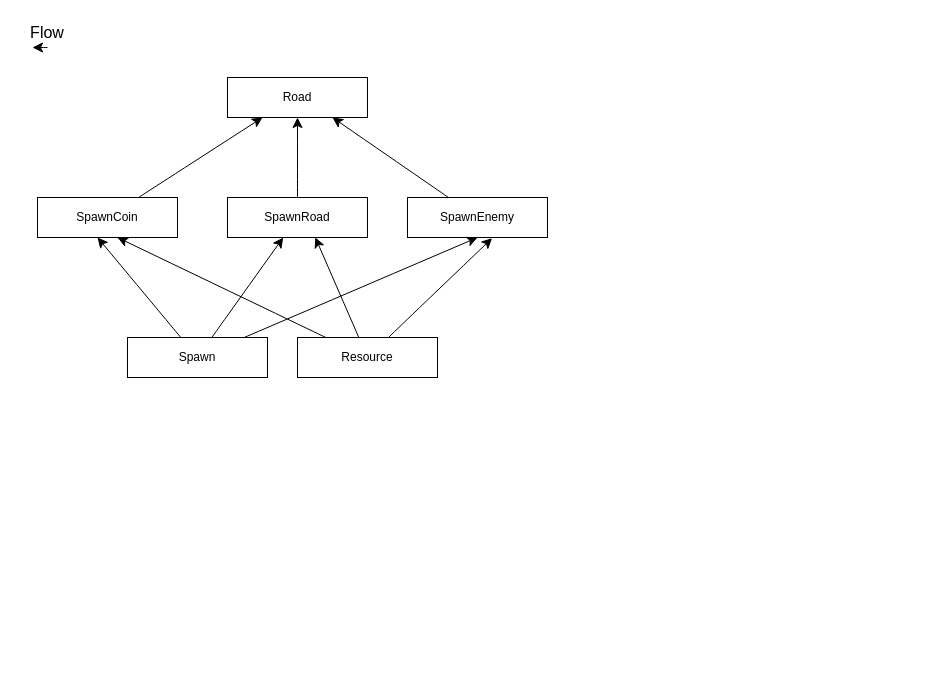
This is Projeto Jogo endless runner.drawio from caio-henrique2006/DOC, a draw.io file, before an edit. Source tidied: cells renumbered, new cells numbered last; positions are measured from the earlier drawing's top-left corner, leaving out a move shared by most shapes. Both pictures are drawn from the tidied source at 100%, with x=0, y=0 at pixel (17, 17).
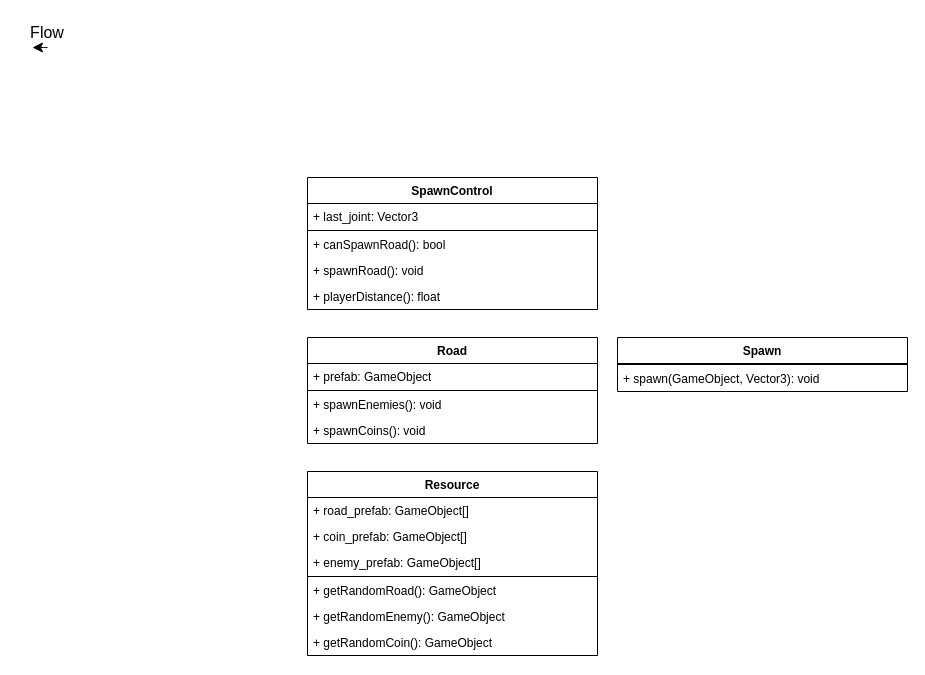
Above is the later version.

What changed in the source:
```diff
@@
-    <mxCell id="4" value="Road" style="rounded=0;whiteSpace=wrap;html=1;" parent="1" vertex="1">
-      <mxGeometry x="210" y="60" width="140" height="40" as="geometry" />
+    <mxCell id="4" value="Road" style="swimlane;fontStyle=1;align=center;verticalAlign=top;horizontal=1;startSize=26;whiteSpace=wrap;html=1;" parent="1" vertex="1">
+      <mxGeometry x="290" y="320" width="290" height="106" as="geometry" />
     </mxCell>
-    <mxCell id="5" style="edgeStyle=none;curved=1;rounded=0;jettySize=auto;html=1;fontSize=12;startSize=8;endSize=8;" parent="1" edge="1" source="6" target="4">
-      <mxGeometry relative="1" as="geometry" />
-    </mxCell>
-    <mxCell id="6" value="SpawnRoad" style="rounded=0;whiteSpace=wrap;html=1;" parent="1" vertex="1">
-      <mxGeometry x="210" y="180" width="140" height="40" as="geometry" />
-    </mxCell>
-    <mxCell id="7" value="SpawnEnemy" style="rounded=0;whiteSpace=wrap;html=1;" parent="1" vertex="1">
-      <mxGeometry x="390" y="180" width="140" height="40" as="geometry" />
-    </mxCell>
-    <mxCell id="8" value="SpawnCoin" style="rounded=0;whiteSpace=wrap;html=1;" parent="1" vertex="1">
-      <mxGeometry x="20" y="180" width="140" height="40" as="geometry" />
-    </mxCell>
-    <mxCell id="9" style="edgeStyle=none;curved=1;rounded=0;jettySize=auto;html=1;entryX=0.25;entryY=1;entryDx=0;entryDy=0;fontSize=12;startSize=8;endSize=8;" parent="1" edge="1" source="8" target="4">
-      <mxGeometry relative="1" as="geometry" />
-    </mxCell>
-    <mxCell id="10" style="edgeStyle=none;curved=1;rounded=0;jettySize=auto;html=1;entryX=0.75;entryY=1;entryDx=0;entryDy=0;fontSize=12;startSize=8;endSize=8;" parent="1" edge="1" source="7" target="4">
-      <mxGeometry relative="1" as="geometry" />
-    </mxCell>
-    <mxCell id="11" style="edgeStyle=none;curved=1;rounded=0;jettySize=auto;html=1;fontSize=12;startSize=8;endSize=8;" parent="1" edge="1" source="13" target="6">
-      <mxGeometry relative="1" as="geometry" />
-    </mxCell>
-    <mxCell id="12" style="edgeStyle=none;curved=1;rounded=0;jettySize=auto;html=1;fontSize=12;startSize=8;endSize=8;entryX=0.5;entryY=1;entryDx=0;entryDy=0;" parent="1" edge="1" source="13" target="7">
-      <mxGeometry relative="1" as="geometry" />
-    </mxCell>
+    <mxCell id="19" value="+ prefab: GameObject" style="text;strokeColor=none;fillColor=none;align=left;verticalAlign=top;spacingLeft=4;spacingRight=4;overflow=hidden;whiteSpace=wrap;html=1;" parent="4" vertex="1">
+      <mxGeometry y="26" width="290" height="26" as="geometry" />
+    </mxCell>
+    <mxCell id="20" style="line;strokeWidth=1;fillColor=none;align=left;verticalAlign=middle;spacingTop=-1;spacingLeft=3;spacingRight=3;labelPosition=right;strokeColor=inherit;" parent="4" vertex="1">
+      <mxGeometry y="52" width="290" height="2" as="geometry" />
+    </mxCell>
+    <mxCell id="21" value="+ spawnEnemies(): void" style="text;strokeColor=none;fillColor=none;align=left;verticalAlign=top;spacingLeft=4;spacingRight=4;overflow=hidden;whiteSpace=wrap;html=1;" parent="4" vertex="1">
+      <mxGeometry y="54" width="290" height="26" as="geometry" />
+    </mxCell>
+    <mxCell id="22" value="+ spawnCoins(): void" style="text;strokeColor=none;fillColor=none;align=left;verticalAlign=top;spacingLeft=4;spacingRight=4;overflow=hidden;whiteSpace=wrap;html=1;" parent="4" vertex="1">
+      <mxGeometry y="80" width="290" height="26" as="geometry" />
+    </mxCell>
+    <mxCell id="17" value="Resource" style="swimlane;fontStyle=1;align=center;verticalAlign=top;horizontal=1;startSize=26;whiteSpace=wrap;html=1;" parent="1" vertex="1">
+      <mxGeometry x="290" y="454" width="290" height="184" as="geometry" />
+    </mxCell>
+    <mxCell id="23" value="+ road_prefab: GameObject[]" style="text;strokeColor=none;fillColor=none;align=left;verticalAlign=top;spacingLeft=4;spacingRight=4;overflow=hidden;whiteSpace=wrap;html=1;" parent="17" vertex="1">
+      <mxGeometry y="26" width="290" height="26" as="geometry" />
+    </mxCell>
+    <mxCell id="24" value="+ coin_prefab: GameObject[]" style="text;strokeColor=none;fillColor=none;align=left;verticalAlign=top;spacingLeft=4;spacingRight=4;overflow=hidden;whiteSpace=wrap;html=1;" parent="17" vertex="1">
+      <mxGeometry y="52" width="290" height="26" as="geometry" />
+    </mxCell>
+    <mxCell id="25" value="+ enemy_prefab: GameObject[]" style="text;strokeColor=none;fillColor=none;align=left;verticalAlign=top;spacingLeft=4;spacingRight=4;overflow=hidden;whiteSpace=wrap;html=1;" parent="17" vertex="1">
+      <mxGeometry y="78" width="290" height="26" as="geometry" />
+    </mxCell>
+    <mxCell id="26" style="line;strokeWidth=1;fillColor=none;align=left;verticalAlign=middle;spacingTop=-1;spacingLeft=3;spacingRight=3;labelPosition=right;strokeColor=inherit;" parent="17" vertex="1">
+      <mxGeometry y="104" width="290" height="2" as="geometry" />
+    </mxCell>
+    <mxCell id="27" value="+ getRandomRoad(): GameObject" style="text;strokeColor=none;fillColor=none;align=left;verticalAlign=top;spacingLeft=4;spacingRight=4;overflow=hidden;whiteSpace=wrap;html=1;" parent="17" vertex="1">
+      <mxGeometry y="106" width="290" height="26" as="geometry" />
+    </mxCell>
+    <mxCell id="28" value="+ getRandomEnemy(): GameObject" style="text;strokeColor=none;fillColor=none;align=left;verticalAlign=top;spacingLeft=4;spacingRight=4;overflow=hidden;whiteSpace=wrap;html=1;" parent="17" vertex="1">
+      <mxGeometry y="132" width="290" height="26" as="geometry" />
+    </mxCell>
+    <mxCell id="29" value="+ getRandomCoin(): GameObject" style="text;strokeColor=none;fillColor=none;align=left;verticalAlign=top;spacingLeft=4;spacingRight=4;overflow=hidden;whiteSpace=wrap;html=1;" parent="17" vertex="1">
+      <mxGeometry y="158" width="290" height="26" as="geometry" />
+    </mxCell>
+    <mxCell id="30" value="SpawnControl" style="swimlane;fontStyle=1;align=center;verticalAlign=top;horizontal=1;startSize=26;whiteSpace=wrap;html=1;" parent="1" vertex="1">
+      <mxGeometry x="290" y="160" width="290" height="132" as="geometry" />
+    </mxCell>
+    <mxCell id="31" value="+ last_joint: Vector3" style="text;strokeColor=none;fillColor=none;align=left;verticalAlign=top;spacingLeft=4;spacingRight=4;overflow=hidden;whiteSpace=wrap;html=1;" parent="30" vertex="1">
+      <mxGeometry y="26" width="290" height="26" as="geometry" />
+    </mxCell>
+    <mxCell id="32" style="line;strokeWidth=1;fillColor=none;align=left;verticalAlign=middle;spacingTop=-1;spacingLeft=3;spacingRight=3;labelPosition=right;strokeColor=inherit;" parent="30" vertex="1">
+      <mxGeometry y="52" width="290" height="2" as="geometry" />
+    </mxCell>
+    <mxCell id="33" value="+ canSpawnRoad(): bool" style="text;strokeColor=none;fillColor=none;align=left;verticalAlign=top;spacingLeft=4;spacingRight=4;overflow=hidden;whiteSpace=wrap;html=1;" parent="30" vertex="1">
+      <mxGeometry y="54" width="290" height="26" as="geometry" />
+    </mxCell>
+    <mxCell id="34" value="+ spawnRoad(): void" style="text;strokeColor=none;fillColor=none;align=left;verticalAlign=top;spacingLeft=4;spacingRight=4;overflow=hidden;whiteSpace=wrap;html=1;" parent="30" vertex="1">
+      <mxGeometry y="80" width="290" height="26" as="geometry" />
+    </mxCell>
+    <mxCell id="35" value="+ playerDistance(): float" style="text;strokeColor=none;fillColor=none;align=left;verticalAlign=top;spacingLeft=4;spacingRight=4;overflow=hidden;whiteSpace=wrap;html=1;" parent="30" vertex="1">
+      <mxGeometry y="106" width="290" height="26" as="geometry" />
+    </mxCell>
-    <mxCell id="13" value="Spawn" style="rounded=0;whiteSpace=wrap;html=1;" parent="1" vertex="1">
-      <mxGeometry x="110" y="320" width="140" height="40" as="geometry" />
+    <mxCell id="13" value="Spawn" style="swimlane;fontStyle=1;align=center;verticalAlign=top;horizontal=1;startSize=26;whiteSpace=wrap;html=1;" parent="1" vertex="1">
+      <mxGeometry x="600" y="320" width="290" height="54" as="geometry" />
     </mxCell>
-    <mxCell id="14" style="edgeStyle=none;curved=1;rounded=0;jettySize=auto;html=1;entryX=0.429;entryY=1;entryDx=0;entryDy=0;entryPerimeter=0;fontSize=12;startSize=8;endSize=8;" parent="1" edge="1" source="13" target="8">
-      <mxGeometry relative="1" as="geometry" />
-    </mxCell>
-    <mxCell id="15" style="edgeStyle=none;curved=1;rounded=0;jettySize=auto;html=1;fontSize=12;startSize=8;endSize=8;entryX=0.604;entryY=1.017;entryDx=0;entryDy=0;entryPerimeter=0;" parent="1" edge="1" source="17" target="7">
-      <mxGeometry relative="1" as="geometry" />
-    </mxCell>
-    <mxCell id="16" style="edgeStyle=none;curved=1;rounded=0;jettySize=auto;html=1;fontSize=12;startSize=8;endSize=8;" parent="1" edge="1" source="17">
-      <mxGeometry relative="1" as="geometry">
-        <mxPoint x="100" y="220" as="targetPoint" />
-      </mxGeometry>
-    </mxCell>
-    <mxCell id="17" value="Resource" style="rounded=0;whiteSpace=wrap;html=1;" parent="1" vertex="1">
-      <mxGeometry x="280" y="320" width="140" height="40" as="geometry" />
-    </mxCell>
-    <mxCell id="18" style="edgeStyle=none;curved=1;rounded=0;jettySize=auto;html=1;entryX=0.627;entryY=0.996;entryDx=0;entryDy=0;entryPerimeter=0;fontSize=12;startSize=8;endSize=8;" parent="1" edge="1" source="17" target="6">
-      <mxGeometry relative="1" as="geometry" />
-    </mxCell>
+    <mxCell id="36" style="line;strokeWidth=1;fillColor=none;align=left;verticalAlign=middle;spacingTop=-1;spacingLeft=3;spacingRight=3;labelPosition=right;strokeColor=inherit;" parent="13" vertex="1">
+      <mxGeometry y="26" width="290" height="2" as="geometry" />
+    </mxCell>
+    <mxCell id="37" value="+ spawn(GameObject, Vector3): void" style="text;strokeColor=none;fillColor=none;align=left;verticalAlign=top;spacingLeft=4;spacingRight=4;overflow=hidden;whiteSpace=wrap;html=1;" parent="13" vertex="1">
+      <mxGeometry y="28" width="290" height="26" as="geometry" />
+    </mxCell>
```
